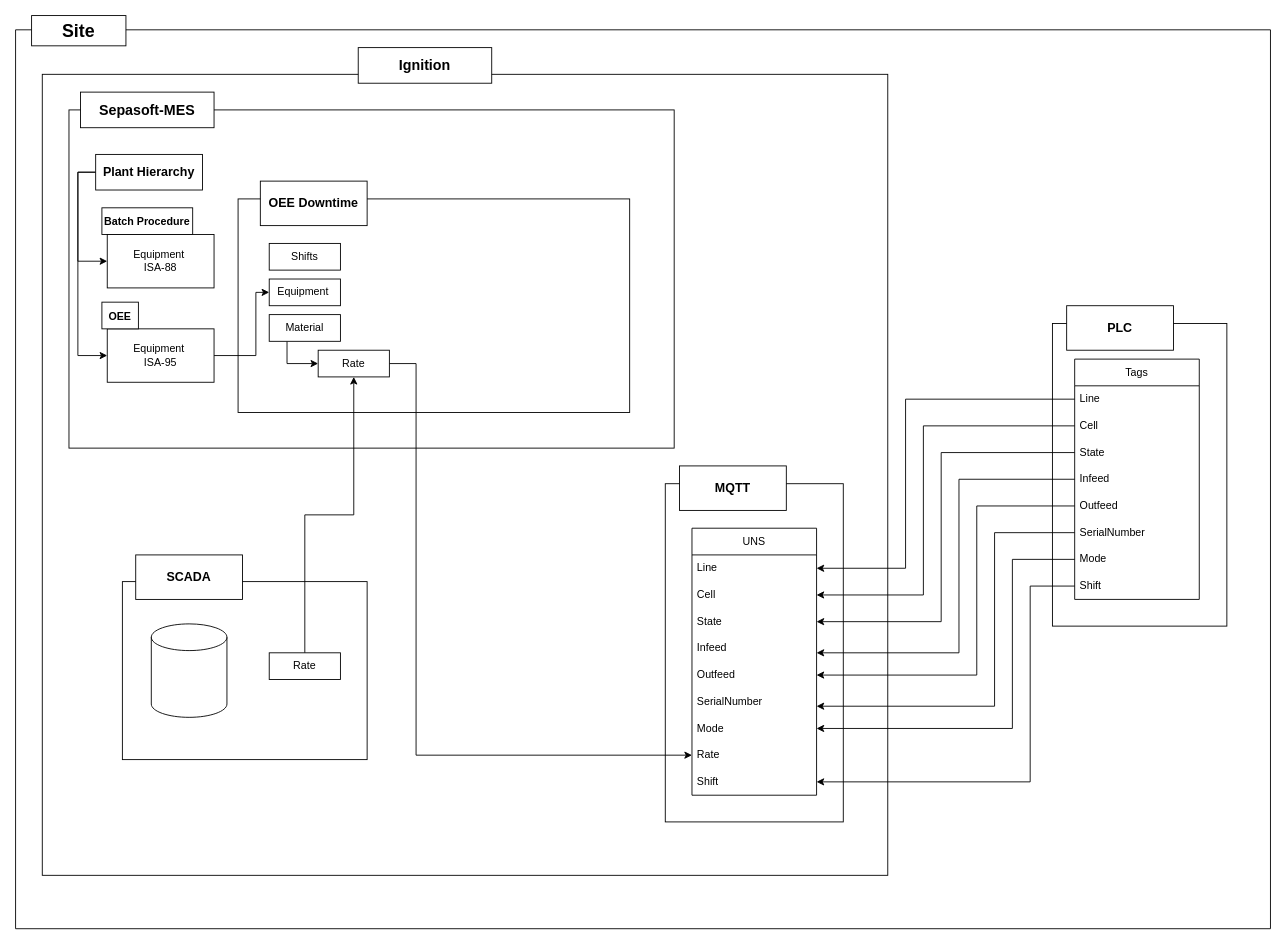
IlScottlI/docs keeps this draw.io diagram as page "OEE Data Flow" (1 of 2) of OEE Data Flow.drawio. Above is the earlier version. Source tidied: cells renumbered, new cells numbered last; positions are measured from the earlier drawing's top-left corner, leaving out a move shared by most shapes. Both pictures are drawn from the tidied source at 89%, with x=0, y=0 at pixel (15, 15).
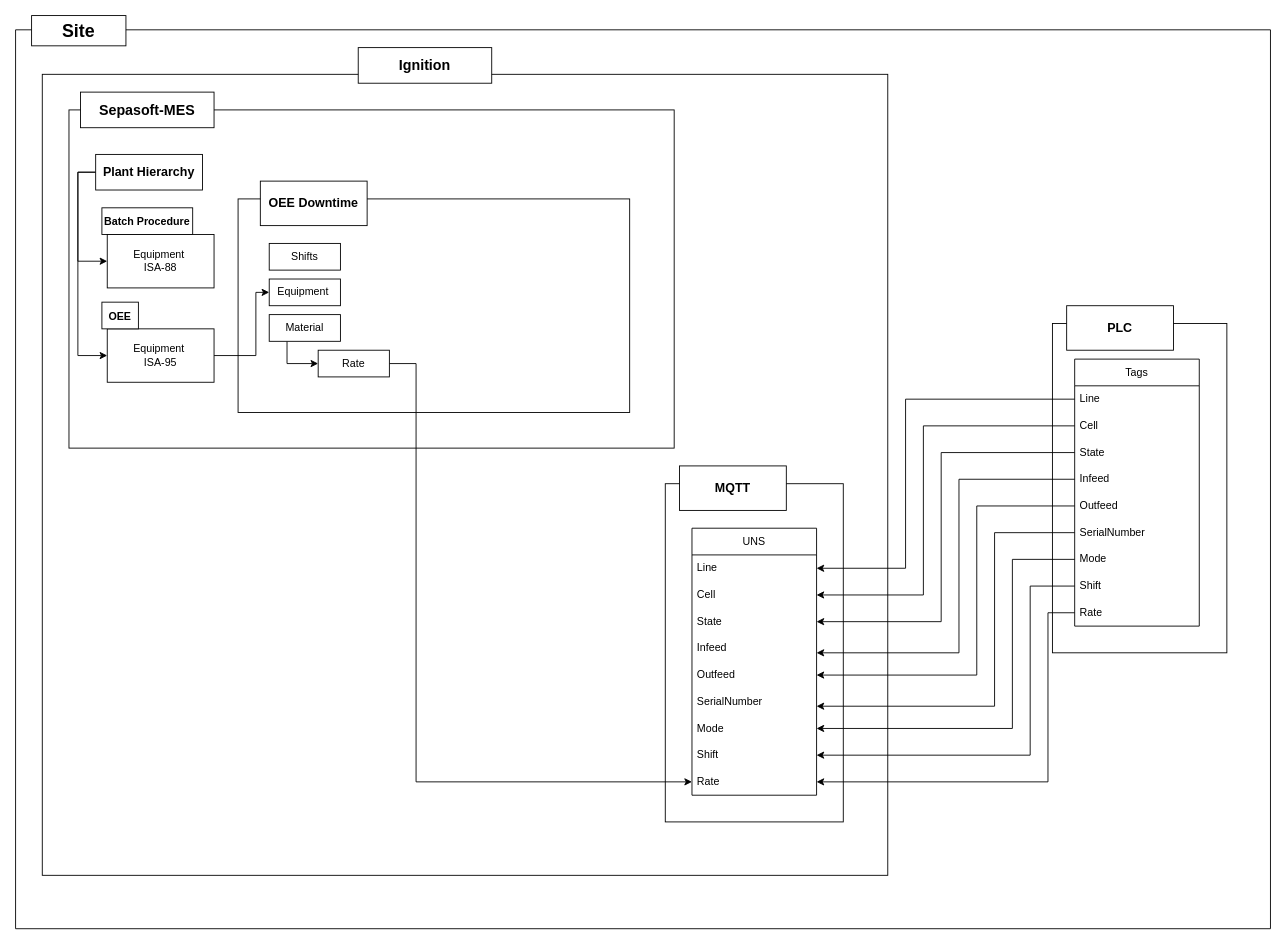
Above is the later version.

The change refers to these unchanged cells:
```xml
<mxCell id="2" style="swimlane;startSize=0;" parent="1" vertex="1">
  <mxGeometry y="16" width="1410" height="1010" as="geometry" />
</mxCell>
<mxCell id="24" value="UNS" style="swimlane;fontStyle=0;horizontal=1;startSize=30;whiteSpace=wrap;html=1;" parent="2" vertex="1">
  <mxGeometry x="760" y="560" width="140" height="300" as="geometry" />
</mxCell>
<mxCell id="43" value="Shift" style="text;strokeColor=none;fillColor=none;align=left;verticalAlign=middle;spacingLeft=4;spacingRight=4;overflow=hidden;points=[[0,0.5],[1,0.5]];portConstraint=eastwest;whiteSpace=wrap;html=1;" parent="34" vertex="1">
  <mxGeometry y="240" width="140" height="30" as="geometry" />
</mxCell>
<mxCell id="53" value="Rate" style="rounded=0;whiteSpace=wrap;html=1;" parent="2" vertex="1">
  <mxGeometry x="340" y="360" width="80" height="30" as="geometry" />
</mxCell>
```

The edit, as a diff of the source:
```diff
@@
     <mxCell id="21" style="rounded=0;whiteSpace=wrap;html=1;" parent="2" vertex="1">
-      <mxGeometry x="1165" y="330" width="196" height="340" as="geometry" />
+      <mxGeometry x="1165" y="330" width="196" height="370" as="geometry" />
     </mxCell>
@@
-    <mxCell id="32" value="Rate" style="text;strokeColor=none;fillColor=none;align=left;verticalAlign=middle;spacingLeft=4;spacingRight=4;overflow=hidden;points=[[0,0.5],[1,0.5]];portConstraint=eastwest;whiteSpace=wrap;html=1;" parent="24" vertex="1">
+    <mxCell id="32" value="Shift" style="text;strokeColor=none;fillColor=none;align=left;verticalAlign=middle;spacingLeft=4;spacingRight=4;overflow=hidden;points=[[0,0.5],[1,0.5]];portConstraint=eastwest;whiteSpace=wrap;html=1;" parent="24" vertex="1">
       <mxGeometry y="240" width="140" height="30" as="geometry" />
     </mxCell>
-    <mxCell id="33" value="Shift" style="text;strokeColor=none;fillColor=none;align=left;verticalAlign=middle;spacingLeft=4;spacingRight=4;overflow=hidden;points=[[0,0.5],[1,0.5]];portConstraint=eastwest;whiteSpace=wrap;html=1;" parent="24" vertex="1">
+    <mxCell id="33" value="Rate" style="text;strokeColor=none;fillColor=none;align=left;verticalAlign=middle;spacingLeft=4;spacingRight=4;overflow=hidden;points=[[0,0.5],[1,0.5]];portConstraint=eastwest;whiteSpace=wrap;html=1;" parent="24" vertex="1">
       <mxGeometry y="270" width="140" height="30" as="geometry" />
     </mxCell>
     <mxCell id="34" value="Tags" style="swimlane;fontStyle=0;horizontal=1;startSize=30;whiteSpace=wrap;html=1;" parent="2" vertex="1">
-      <mxGeometry x="1190" y="370" width="140" height="270" as="geometry" />
+      <mxGeometry x="1190" y="370" width="140" height="300" as="geometry" />
     </mxCell>
@@
+    <mxCell id="56" value="Rate" style="text;strokeColor=none;fillColor=none;align=left;verticalAlign=middle;spacingLeft=4;spacingRight=4;overflow=hidden;points=[[0,0.5],[1,0.5]];portConstraint=eastwest;whiteSpace=wrap;html=1;" parent="34" vertex="1">
+      <mxGeometry y="270" width="140" height="30" as="geometry" />
+    </mxCell>
@@
-    <mxCell id="49" style="rounded=0;whiteSpace=wrap;html=1;" parent="2" vertex="1">
-      <mxGeometry x="120" y="620" width="275" height="200" as="geometry" />
-    </mxCell>
-    <mxCell id="50" value="SCADA" style="rounded=0;whiteSpace=wrap;html=1;fontSize=14;fontStyle=1;" parent="2" vertex="1">
-      <mxGeometry x="135" y="590" width="120" height="50" as="geometry" />
-    </mxCell>
-    <mxCell id="51" style="shape=cylinder3;whiteSpace=wrap;html=1;boundedLbl=1;backgroundOutline=1;size=15;" parent="2" vertex="1">
-      <mxGeometry x="152.5" y="667.5" width="85" height="105" as="geometry" />
-    </mxCell>
-    <mxCell id="52" style="edgeStyle=orthogonalEdgeStyle;rounded=0;jettySize=auto;html=1;exitX=1;exitY=0.5;exitDx=0;exitDy=0;entryX=0;entryY=0.5;entryDx=0;entryDy=0;" parent="2" edge="1" source="53" target="32">
+    <mxCell id="52" style="edgeStyle=orthogonalEdgeStyle;rounded=0;jettySize=auto;html=1;exitX=1;exitY=0.5;exitDx=0;exitDy=0;entryX=0;entryY=0.5;entryDx=0;entryDy=0;" parent="2" edge="1" source="53" target="33">
       <mxGeometry relative="1" as="geometry">
         <Array as="points">
           <mxPoint x="450" y="375" />
-          <mxPoint x="450" y="815" />
+          <mxPoint x="450" y="845" />
         </Array>
       </mxGeometry>
     </mxCell>
@@
-    <mxCell id="55" style="edgeStyle=orthogonalEdgeStyle;rounded=0;jettySize=auto;html=1;exitX=0.5;exitY=0;exitDx=0;exitDy=0;entryX=0.5;entryY=1;entryDx=0;entryDy=0;" parent="2" edge="1" source="56" target="53">
-      <mxGeometry relative="1" as="geometry" />
-    </mxCell>
-    <mxCell id="56" value="Rate" style="rounded=0;whiteSpace=wrap;html=1;" parent="2" vertex="1">
-      <mxGeometry x="285" y="700" width="80" height="30" as="geometry" />
-    </mxCell>
-    <mxCell id="57" style="edgeStyle=orthogonalEdgeStyle;rounded=0;jettySize=auto;html=1;exitX=0;exitY=0.5;exitDx=0;exitDy=0;entryX=1;entryY=0.5;entryDx=0;entryDy=0;" parent="2" edge="1" source="43" target="33">
+    <mxCell id="57" style="edgeStyle=orthogonalEdgeStyle;rounded=0;jettySize=auto;html=1;exitX=0;exitY=0.5;exitDx=0;exitDy=0;entryX=1;entryY=0.5;entryDx=0;entryDy=0;" parent="2" edge="1" source="43" target="32">
       <mxGeometry relative="1" as="geometry">
         <Array as="points">
           <mxPoint x="1140" y="625" />
-          <mxPoint x="1140" y="845" />
+          <mxPoint x="1140" y="815" />
         </Array>
       </mxGeometry>
     </mxCell>
+    <mxCell id="60" style="edgeStyle=orthogonalEdgeStyle;rounded=0;jettySize=auto;html=1;exitX=0;exitY=0.5;exitDx=0;exitDy=0;entryX=1;entryY=0.5;entryDx=0;entryDy=0;" parent="2" edge="1" source="56" target="33">
+      <mxGeometry relative="1" as="geometry">
+        <Array as="points">
+          <mxPoint x="1160" y="655" />
+          <mxPoint x="1160" y="845" />
+        </Array>
+      </mxGeometry>
+    </mxCell>
```
